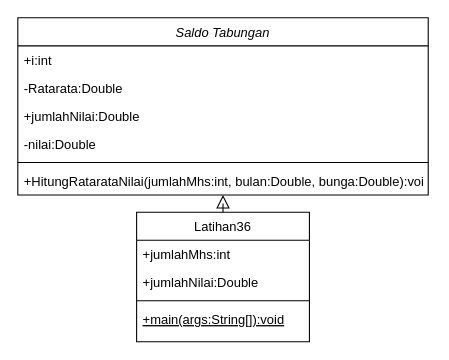
The draw.io diagram Latihan37.drawio in muhammadfauzanfadhlulbarr/PBO10K-10119176-Latihan-37-Rata-rata-Nilai, before the edit. Source tidied: cells renumbered, new cells numbered last; positions are measured from the earlier drawing's top-left corner, leaving out a move shared by most shapes. Both pictures are drawn from the tidied source at 108%, with x=0, y=0 at pixel (17, 17).
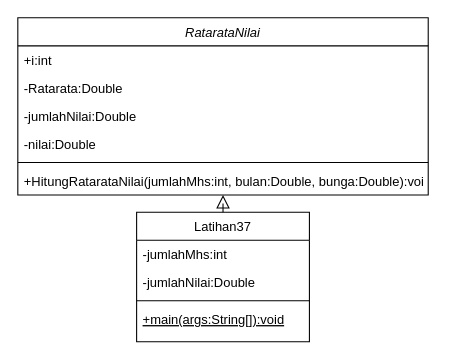
The same page after the edit.

The edit, as a diff of the source:
```diff
@@
 <mxGraphModel>
   <root>
     <mxCell id="0" />
     <mxCell id="1" parent="0" />
-    <mxCell id="2" value="Saldo Tabungan" style="swimlane;fontStyle=2;align=center;verticalAlign=top;horizontal=1;startSize=26;rounded=0;shadow=0;strokeWidth=1;" parent="1" vertex="1">
+    <mxCell id="2" value="RatarataNilai" style="swimlane;fontStyle=2;align=center;verticalAlign=top;horizontal=1;startSize=26;rounded=0;shadow=0;strokeWidth=1;" parent="1" vertex="1">
       <mxGeometry width="380" height="164" as="geometry" />
     </mxCell>
     <mxCell id="3" value="+i:int" style="text;align=left;verticalAlign=top;spacingLeft=4;spacingRight=4;overflow=hidden;rounded=0;shadow=0;html=0;" parent="2" vertex="1">
       <mxGeometry y="26" width="380" height="26" as="geometry" />
     </mxCell>
     <mxCell id="4" value="-Ratarata:Double" style="text;align=left;verticalAlign=top;spacingLeft=4;spacingRight=4;overflow=hidden;" parent="2" vertex="1">
       <mxGeometry y="52" width="380" height="26" as="geometry" />
     </mxCell>
-    <mxCell id="5" value="+jumlahNilai:Double" style="text;align=left;verticalAlign=top;spacingLeft=4;spacingRight=4;overflow=hidden;rounded=0;shadow=0;html=0;" parent="2" vertex="1">
+    <mxCell id="5" value="-jumlahNilai:Double" style="text;align=left;verticalAlign=top;spacingLeft=4;spacingRight=4;overflow=hidden;rounded=0;shadow=0;html=0;" parent="2" vertex="1">
       <mxGeometry y="78" width="380" height="26" as="geometry" />
     </mxCell>
     <mxCell id="6" value="-nilai:Double" style="text;align=left;verticalAlign=top;spacingLeft=4;spacingRight=4;overflow=hidden;rounded=0;shadow=0;html=0;" parent="2" vertex="1">
       <mxGeometry y="104" width="380" height="26" as="geometry" />
     </mxCell>
     <mxCell id="7" style="line;html=1;strokeWidth=1;align=left;verticalAlign=middle;spacingTop=-1;spacingLeft=3;spacingRight=3;labelPosition=right;" parent="2" vertex="1">
       <mxGeometry y="130" width="380" height="8" as="geometry" />
     </mxCell>
     <mxCell id="8" value="+HitungRatarataNilai(jumlahMhs:int, bulan:Double, bunga:Double):void" style="text;align=left;verticalAlign=top;spacingLeft=4;spacingRight=4;overflow=hidden;" parent="2" vertex="1">
       <mxGeometry y="138" width="380" height="26" as="geometry" />
     </mxCell>
-    <mxCell id="9" value="Latihan36" style="swimlane;fontStyle=0;align=center;verticalAlign=top;horizontal=1;startSize=26;rounded=0;shadow=0;strokeWidth=1;" parent="1" vertex="1">
+    <mxCell id="9" value="Latihan37" style="swimlane;fontStyle=0;align=center;verticalAlign=top;horizontal=1;startSize=26;rounded=0;shadow=0;strokeWidth=1;" parent="1" vertex="1">
       <mxGeometry x="110" y="180" width="160" height="120" as="geometry" />
     </mxCell>
-    <mxCell id="10" value="+jumlahMhs:int" style="text;align=left;verticalAlign=top;spacingLeft=4;spacingRight=4;overflow=hidden;rounded=0;shadow=0;html=0;" parent="9" vertex="1">
+    <mxCell id="10" value="-jumlahMhs:int" style="text;align=left;verticalAlign=top;spacingLeft=4;spacingRight=4;overflow=hidden;rounded=0;shadow=0;html=0;" parent="9" vertex="1">
       <mxGeometry y="26" width="160" height="26" as="geometry" />
     </mxCell>
-    <mxCell id="11" value="+jumlahNilai:Double" style="text;align=left;verticalAlign=top;spacingLeft=4;spacingRight=4;overflow=hidden;rounded=0;shadow=0;html=0;" parent="9" vertex="1">
+    <mxCell id="11" value="-jumlahNilai:Double" style="text;align=left;verticalAlign=top;spacingLeft=4;spacingRight=4;overflow=hidden;rounded=0;shadow=0;html=0;" parent="9" vertex="1">
       <mxGeometry y="52" width="160" height="26" as="geometry" />
     </mxCell>
     <mxCell id="12" style="line;html=1;strokeWidth=1;align=left;verticalAlign=middle;spacingTop=-1;spacingLeft=3;spacingRight=3;labelPosition=right;" parent="9" vertex="1">
       <mxGeometry y="78" width="160" height="8" as="geometry" />
     </mxCell>
     <mxCell id="13" value="+main(args:String[]):void" style="text;align=left;verticalAlign=top;spacingLeft=4;spacingRight=4;overflow=hidden;fontStyle=4;" parent="9" vertex="1">
       <mxGeometry y="86" width="160" height="18" as="geometry" />
     </mxCell>
     <mxCell id="14" style="endArrow=block;endSize=10;endFill=0;shadow=0;strokeWidth=1;rounded=0;edgeStyle=elbowEdgeStyle;elbow=vertical;" parent="1" edge="1" source="9" target="2">
       <mxGeometry relative="1" as="geometry" />
     </mxCell>
   </root>
 </mxGraphModel>
```
